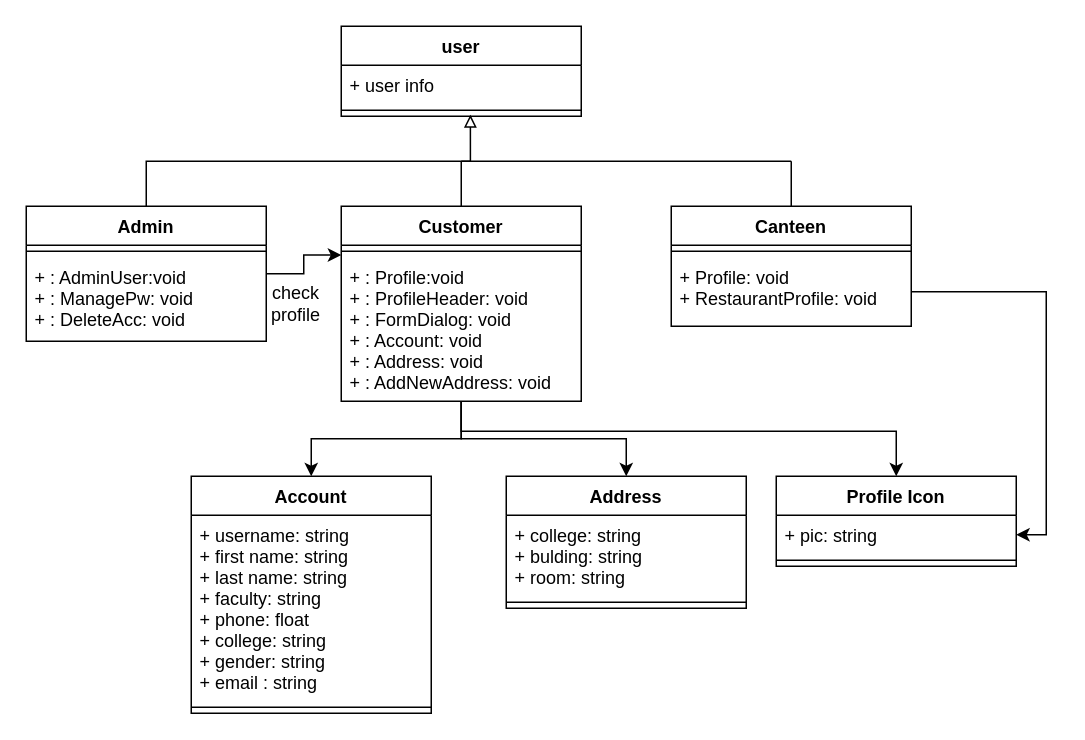
This is Profile Class Diagram.drawio from wkng0/heyy, a draw.io file, before an edit. Source tidied: cells renumbered, new cells numbered last; positions are measured from the earlier drawing's top-left corner, leaving out a move shared by most shapes. Both pictures are drawn from the tidied source at 150%, with x=0, y=0 at pixel (26, 26).
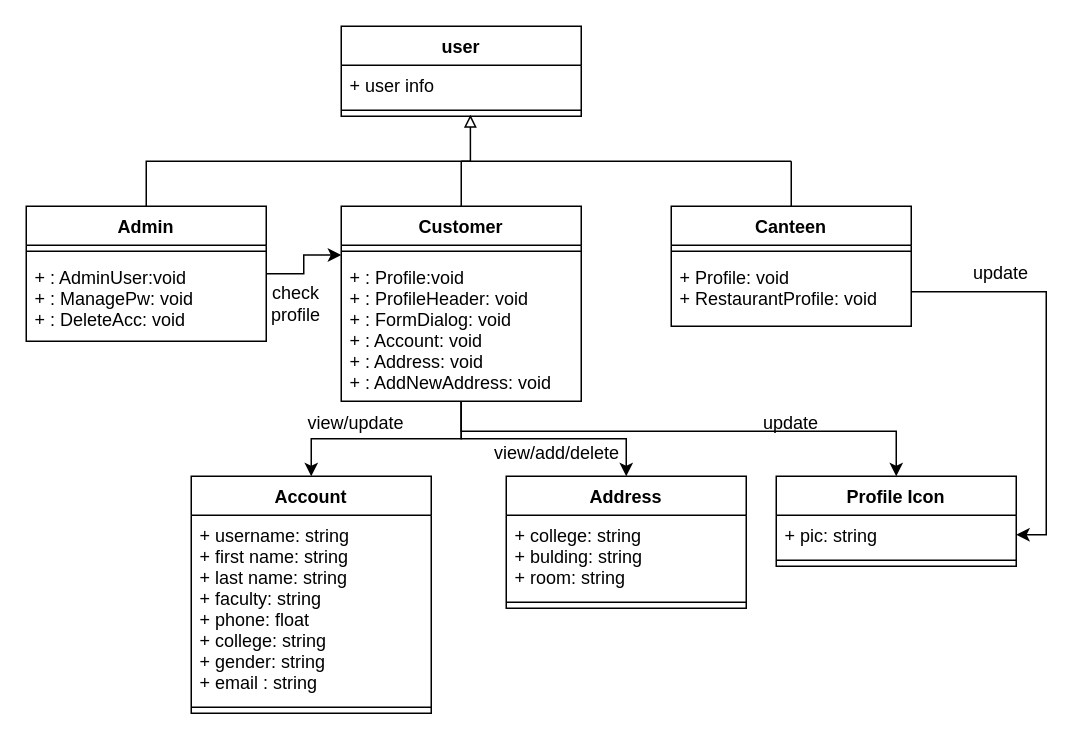
After the change.

Diff of the diagram source:
```diff
@@
+    <mxCell id="33" value="update" style="text;html=1;strokeColor=none;fillColor=none;align=center;verticalAlign=middle;whiteSpace=wrap;rounded=0;" parent="1" vertex="1">
+      <mxGeometry x="620" y="150" width="60" height="30" as="geometry" />
+    </mxCell>
+    <mxCell id="34" value="update" style="text;html=1;strokeColor=none;fillColor=none;align=center;verticalAlign=middle;whiteSpace=wrap;rounded=0;" parent="1" vertex="1">
+      <mxGeometry x="480" y="250" width="60" height="30" as="geometry" />
+    </mxCell>
+    <mxCell id="35" value="view/add/delete" style="text;html=1;strokeColor=none;fillColor=none;align=center;verticalAlign=middle;whiteSpace=wrap;rounded=0;" parent="1" vertex="1">
+      <mxGeometry x="324" y="270" width="60" height="30" as="geometry" />
+    </mxCell>
+    <mxCell id="36" value="view/update" style="text;html=1;strokeColor=none;fillColor=none;align=center;verticalAlign=middle;whiteSpace=wrap;rounded=0;" parent="1" vertex="1">
+      <mxGeometry x="190" y="250" width="60" height="30" as="geometry" />
+    </mxCell>
```
